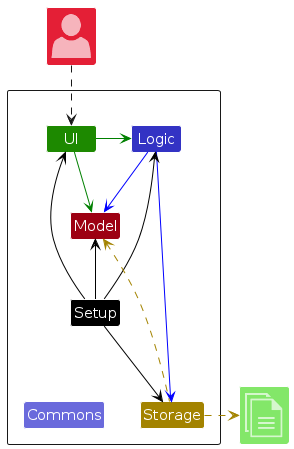
The PlantUML diagram diagrams/ArchitectureDiagram.png in AY2425S2-CS2103T-F10-3/tp, before a commit. Its source is kept beside it as diagrams/ArchitectureDiagram.puml. The source it was exported from:
```plantuml
@startuml
!include <office/Concepts/globe_internet>
!include <office/Concepts/documents>
!include <office/Users/user>
!include style.puml

Package " "<<Rectangle>>{
    Class UI UI_COLOR
    Class Logic LOGIC_COLOR
    Class Storage STORAGE_COLOR
    Class Model MODEL_COLOR
    Class Setup #black
    Class Commons LOGIC_COLOR_T2
}

Class "<$user>" as User MODEL_COLOR_T2
Class "<$documents>" as File UI_COLOR_T1


UI -[#green]> Logic
UI -right[#green]-> Model
Logic -[#blue]-> Storage
Logic -down[#blue]-> Model
Setup -[#black]-> UI
Setup -[#black]-> Logic
Setup -[#black]-> Storage
Setup -up[#black]-> Model
Setup -down[hidden]-> Commons

Storage -up[STORAGE_COLOR].> Model
Storage .right[STORAGE_COLOR].>File
User ..> UI
@enduml
```
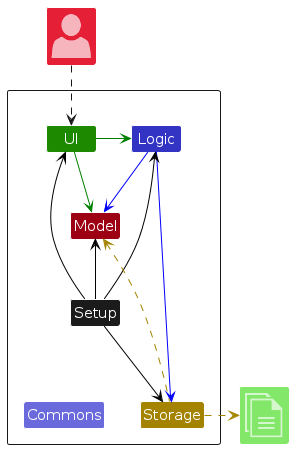
After the change.

What changed in the source:
```diff
@@ -9,7 +9,7 @@
     Class Logic LOGIC_COLOR
     Class Storage STORAGE_COLOR
     Class Model MODEL_COLOR
-    Class Setup #black
+    Class Setup SETUP_COLOR
     Class Commons LOGIC_COLOR_T2
 }
 
```
